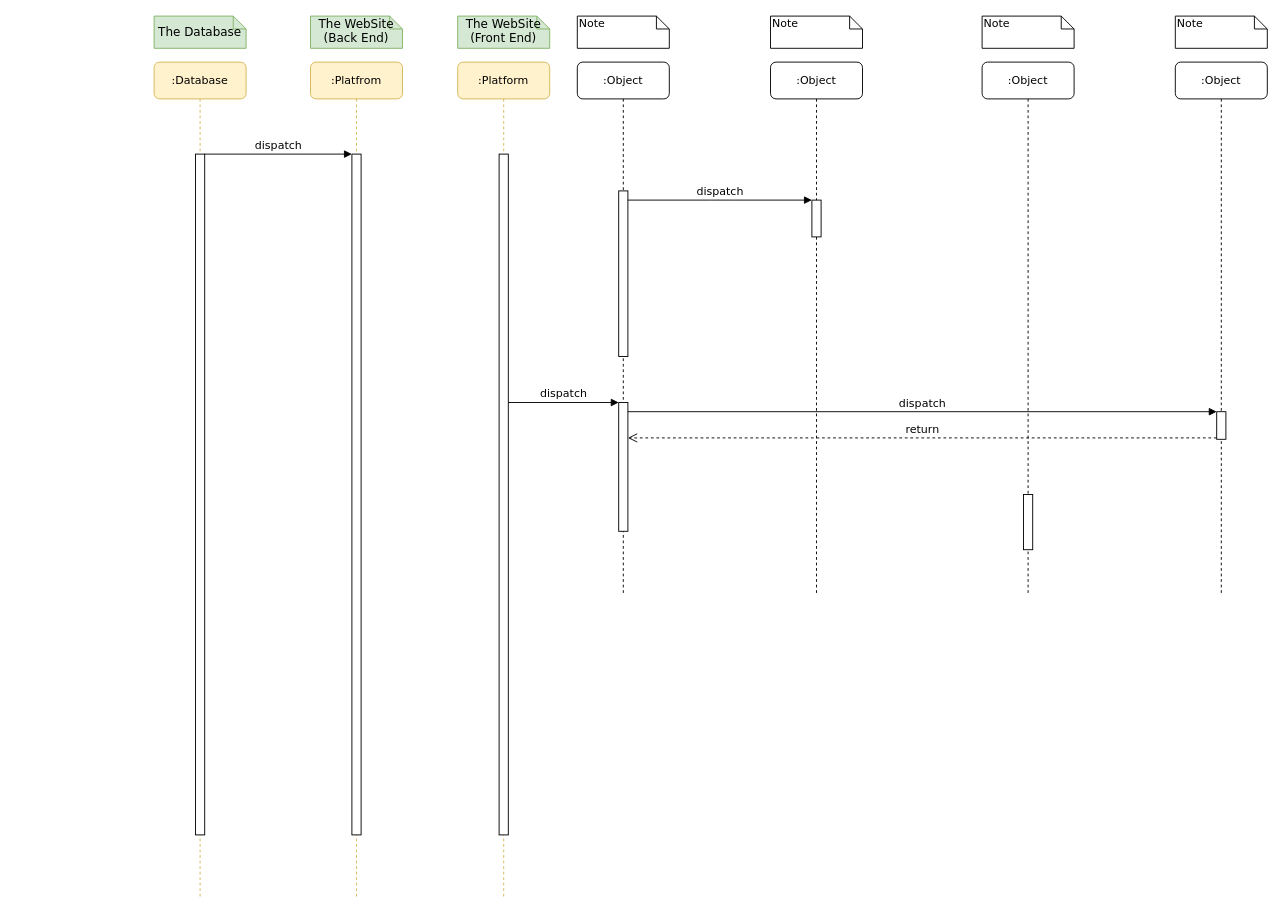
Before: Untitled Diagram.drawio in su29029/ShuiShiPin, a draw.io diagram. Source tidied: cells renumbered, new cells numbered last; positions are measured from the earlier drawing's top-left corner, leaving out a move shared by most shapes. Both pictures are drawn from the tidied source at 92%, with x=0, y=0 at pixel (154, 16).
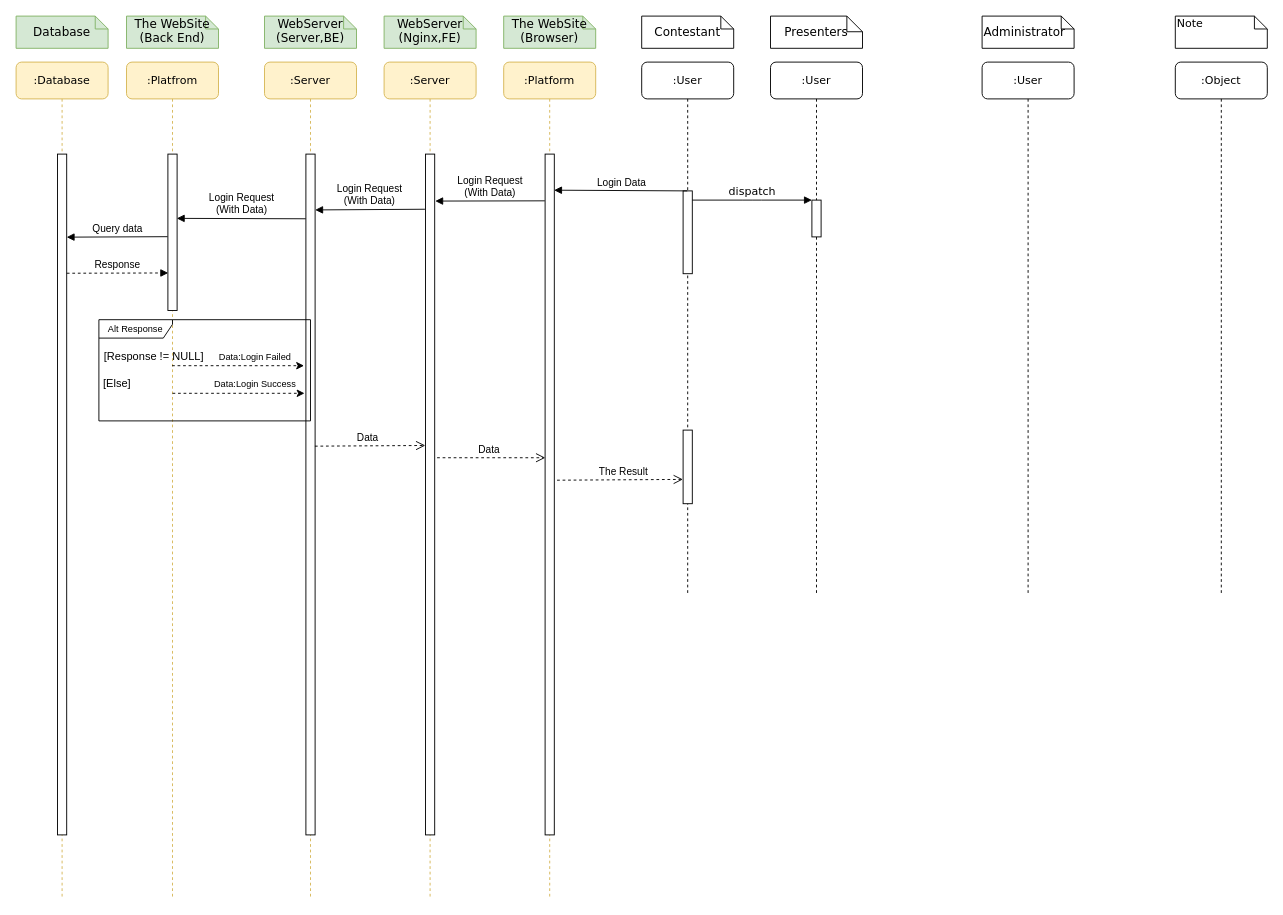
The same diagram, later.

The change refers to these unchanged cells:
```xml
<mxCell id="3" style="html=1;points=[];perimeter=orthogonalPerimeter;rounded=0;shadow=0;comic=0;labelBackgroundColor=none;strokeWidth=1;fontFamily=Verdana;fontSize=12;align=center;" parent="2" vertex="1">
  <mxGeometry x="45" y="100" width="10" height="740" as="geometry" />
</mxCell>
<mxCell id="12" value=":Object" style="shape=umlLifeline;perimeter=lifelinePerimeter;whiteSpace=wrap;html=1;rounded=1;shadow=0;comic=0;labelBackgroundColor=none;strokeWidth=1;fontFamily=Verdana;fontSize=12;align=center;" parent="1" vertex="1">
  <mxGeometry x="1110" y="50" width="100" height="580" as="geometry" />
</mxCell>
<mxCell id="15" style="html=1;points=[];perimeter=orthogonalPerimeter;rounded=0;shadow=0;comic=0;labelBackgroundColor=none;strokeWidth=1;fontFamily=Verdana;fontSize=12;align=center;" parent="14" vertex="1">
  <mxGeometry x="45" y="100" width="10" height="740" as="geometry" />
</mxCell>
```

Diff of the diagram source:
```diff
@@
     <mxCell id="2" value=":Database" style="shape=umlLifeline;perimeter=lifelinePerimeter;whiteSpace=wrap;html=1;rounded=1;shadow=0;comic=0;labelBackgroundColor=none;strokeWidth=1;fontFamily=Verdana;fontSize=12;align=center;fillColor=#fff2cc;strokeColor=#d6b656;" parent="1" vertex="1">
-      <mxGeometry y="50" width="100" height="910" as="geometry" />
+      <mxGeometry x="-150" y="50" width="100" height="910" as="geometry" />
     </mxCell>
@@
     <mxCell id="4" value=":Platfrom" style="shape=umlLifeline;perimeter=lifelinePerimeter;whiteSpace=wrap;html=1;outlineConnect=0;rounded=1;shadow=0;comic=0;labelBackgroundColor=none;strokeWidth=1;fontFamily=Verdana;fontSize=12;align=center;fillColor=#fff2cc;strokeColor=#d6b656;" parent="1" vertex="1">
-      <mxGeometry x="170" y="50" width="100" height="910" as="geometry" />
+      <mxGeometry x="-30" y="50" width="100" height="910" as="geometry" />
     </mxCell>
     <mxCell id="5" style="html=1;points=[];perimeter=orthogonalPerimeter;rounded=0;shadow=0;comic=0;labelBackgroundColor=none;strokeWidth=1;fontFamily=Verdana;fontSize=12;align=center;" parent="4" vertex="1">
-      <mxGeometry x="45" y="100" width="10" height="740" as="geometry" />
+      <mxGeometry x="45" y="100" width="10" height="170" as="geometry" />
     </mxCell>
-    <mxCell id="6" value=":Object" style="shape=umlLifeline;perimeter=lifelinePerimeter;whiteSpace=wrap;html=1;outlineConnect=0;rounded=1;shadow=0;comic=0;labelBackgroundColor=none;strokeWidth=1;fontFamily=Verdana;fontSize=12;align=center;" parent="1" vertex="1">
-      <mxGeometry x="460" y="50" width="100" height="580" as="geometry" />
+    <mxCell id="6" value=":User" style="shape=umlLifeline;perimeter=lifelinePerimeter;whiteSpace=wrap;html=1;outlineConnect=0;rounded=1;shadow=0;comic=0;labelBackgroundColor=none;strokeWidth=1;fontFamily=Verdana;fontSize=12;align=center;" parent="1" vertex="1">
+      <mxGeometry x="530" y="50" width="100" height="580" as="geometry" />
     </mxCell>
     <mxCell id="7" style="html=1;points=[];perimeter=orthogonalPerimeter;rounded=0;shadow=0;comic=0;labelBackgroundColor=none;strokeWidth=1;fontFamily=Verdana;fontSize=12;align=center;" parent="6" vertex="1">
-      <mxGeometry x="45" y="140" width="10" height="180" as="geometry" />
+      <mxGeometry x="45" y="140" width="10" height="90" as="geometry" />
     </mxCell>
+    <mxCell id="17" style="html=1;points=[];perimeter=orthogonalPerimeter;rounded=0;shadow=0;comic=0;labelBackgroundColor=none;strokeWidth=1;fontFamily=Verdana;fontSize=12;align=center;" parent="6" vertex="1">
+      <mxGeometry x="45" y="400" width="10" height="80" as="geometry" />
+    </mxCell>
-    <mxCell id="8" value=":Object" style="shape=umlLifeline;perimeter=lifelinePerimeter;whiteSpace=wrap;html=1;rounded=1;shadow=0;comic=0;labelBackgroundColor=none;strokeWidth=1;fontFamily=Verdana;fontSize=12;align=center;" parent="1" vertex="1">
+    <mxCell id="8" value=":User" style="shape=umlLifeline;perimeter=lifelinePerimeter;whiteSpace=wrap;html=1;rounded=1;shadow=0;comic=0;labelBackgroundColor=none;strokeWidth=1;fontFamily=Verdana;fontSize=12;align=center;" parent="1" vertex="1">
       <mxGeometry x="670" y="50" width="100" height="580" as="geometry" />
     </mxCell>
@@
-    <mxCell id="10" value=":Object" style="shape=umlLifeline;perimeter=lifelinePerimeter;whiteSpace=wrap;html=1;rounded=1;shadow=0;comic=0;labelBackgroundColor=none;strokeWidth=1;fontFamily=Verdana;fontSize=12;align=center;" parent="1" vertex="1">
+    <mxCell id="10" value=":User" style="shape=umlLifeline;perimeter=lifelinePerimeter;whiteSpace=wrap;html=1;rounded=1;shadow=0;comic=0;labelBackgroundColor=none;strokeWidth=1;fontFamily=Verdana;fontSize=12;align=center;" parent="1" vertex="1">
       <mxGeometry x="900" y="50" width="100" height="580" as="geometry" />
     </mxCell>
-    <mxCell id="11" style="html=1;perimeter=orthogonalPerimeter;rounded=0;shadow=0;comic=0;labelBackgroundColor=none;strokeWidth=1;fontFamily=Verdana;fontSize=12;align=center;" parent="10" vertex="1">
-      <mxGeometry x="45" y="470" width="10" height="60" as="geometry" />
-    </mxCell>
@@
-    <mxCell id="13" style="html=1;points=[];perimeter=orthogonalPerimeter;rounded=0;shadow=0;comic=0;labelBackgroundColor=none;strokeColor=#000000;strokeWidth=1;fillColor=#FFFFFF;fontFamily=Verdana;fontSize=12;fontColor=#000000;align=center;" parent="12" vertex="1">
-      <mxGeometry x="45" y="380" width="10" height="30" as="geometry" />
-    </mxCell>
     <mxCell id="14" value=":Platform" style="shape=umlLifeline;perimeter=lifelinePerimeter;whiteSpace=wrap;html=1;rounded=1;shadow=0;comic=0;labelBackgroundColor=none;strokeWidth=1;fontFamily=Verdana;fontSize=12;align=center;fillColor=#fff2cc;strokeColor=#d6b656;" parent="1" vertex="1">
-      <mxGeometry x="330" y="50" width="100" height="910" as="geometry" />
+      <mxGeometry x="380" y="50" width="100" height="910" as="geometry" />
     </mxCell>
@@
-    <mxCell id="17" style="html=1;points=[];perimeter=orthogonalPerimeter;rounded=0;shadow=0;comic=0;labelBackgroundColor=none;strokeWidth=1;fontFamily=Verdana;fontSize=12;align=center;" parent="1" vertex="1">
-      <mxGeometry x="505" y="420" width="10" height="140" as="geometry" />
-    </mxCell>
-    <mxCell id="18" value="dispatch" style="html=1;verticalAlign=bottom;endArrow=block;entryX=0;entryY=0;labelBackgroundColor=none;fontFamily=Verdana;fontSize=12;" parent="1" edge="1" source="15" target="17">
-      <mxGeometry relative="1" as="geometry" />
-    </mxCell>
-    <mxCell id="19" value="dispatch" style="html=1;verticalAlign=bottom;endArrow=block;entryX=0;entryY=0;labelBackgroundColor=none;fontFamily=Verdana;fontSize=12;" parent="1" edge="1" source="17" target="13">
-      <mxGeometry relative="1" as="geometry" />
-    </mxCell>
-    <mxCell id="20" value="return" style="html=1;verticalAlign=bottom;endArrow=open;dashed=1;endSize=8;exitX=0;exitY=0.95;labelBackgroundColor=none;fontFamily=Verdana;fontSize=12;" parent="1" edge="1" source="13" target="17">
-      <mxGeometry relative="1" as="geometry" />
-    </mxCell>
-    <mxCell id="21" value="dispatch" style="html=1;verticalAlign=bottom;endArrow=block;entryX=0;entryY=0;labelBackgroundColor=none;fontFamily=Verdana;fontSize=12;edgeStyle=elbowEdgeStyle;elbow=vertical;" parent="1" edge="1" source="3" target="5">
-      <mxGeometry relative="1" as="geometry" />
-    </mxCell>
-    <mxCell id="22" value="&lt;div&gt;&lt;span style=&quot;line-height: 120% ; font-size: 13px&quot;&gt;The WebSite&lt;/span&gt;&lt;/div&gt;&lt;div&gt;&lt;span style=&quot;line-height: 120% ; font-size: 13px&quot;&gt;(Front End)&lt;/span&gt;&lt;/div&gt;" style="shape=note;whiteSpace=wrap;html=1;size=14;verticalAlign=top;align=center;spacingTop=-6;rounded=0;shadow=0;comic=0;labelBackgroundColor=none;strokeWidth=1;fontFamily=Verdana;fontSize=12;fillColor=#d5e8d4;strokeColor=#82b366;" parent="1" vertex="1">
-      <mxGeometry x="330" width="100" height="35" as="geometry" />
+    <mxCell id="22" value="&lt;div&gt;&lt;span style=&quot;line-height: 120% ; font-size: 13px&quot;&gt;The WebSite&lt;/span&gt;&lt;/div&gt;&lt;div&gt;&lt;span style=&quot;line-height: 120% ; font-size: 13px&quot;&gt;(Browser)&lt;/span&gt;&lt;/div&gt;" style="shape=note;whiteSpace=wrap;html=1;size=14;verticalAlign=top;align=center;spacingTop=-6;rounded=0;shadow=0;comic=0;labelBackgroundColor=none;strokeWidth=1;fontFamily=Verdana;fontSize=12;fillColor=#d5e8d4;strokeColor=#82b366;" parent="1" vertex="1">
+      <mxGeometry x="380" width="100" height="35" as="geometry" />
     </mxCell>
-    <mxCell id="23" value="&lt;font style=&quot;font-size: 13px ; line-height: 260%&quot;&gt;The Database&lt;/font&gt;" style="shape=note;whiteSpace=wrap;html=1;size=14;verticalAlign=top;align=center;spacingTop=-6;rounded=0;shadow=0;comic=0;labelBackgroundColor=none;strokeWidth=1;fontFamily=Verdana;fontSize=12;fillColor=#d5e8d4;strokeColor=#82b366;" parent="1" vertex="1">
-      <mxGeometry width="100" height="35" as="geometry" />
+    <mxCell id="23" value="&lt;font style=&quot;font-size: 13px ; line-height: 260%&quot;&gt;Database&lt;/font&gt;" style="shape=note;whiteSpace=wrap;html=1;size=14;verticalAlign=top;align=center;spacingTop=-6;rounded=0;shadow=0;comic=0;labelBackgroundColor=none;strokeWidth=1;fontFamily=Verdana;fontSize=12;fillColor=#d5e8d4;strokeColor=#82b366;" parent="1" vertex="1">
+      <mxGeometry x="-150" width="100" height="35" as="geometry" />
     </mxCell>
     <mxCell id="24" value="&lt;div style=&quot;font-size: 13px&quot;&gt;&lt;span&gt;&lt;font style=&quot;font-size: 13px&quot;&gt;The WebSite&lt;/font&gt;&lt;/span&gt;&lt;/div&gt;&lt;div style=&quot;font-size: 13px&quot;&gt;&lt;span&gt;&lt;font style=&quot;font-size: 13px&quot;&gt;(Back End)&lt;/font&gt;&lt;/span&gt;&lt;/div&gt;" style="shape=note;whiteSpace=wrap;html=1;size=14;verticalAlign=top;align=center;spacingTop=-6;rounded=0;shadow=0;comic=0;labelBackgroundColor=none;strokeWidth=1;fontFamily=Verdana;fontSize=12;fillColor=#d5e8d4;strokeColor=#82b366;" parent="1" vertex="1">
-      <mxGeometry x="170" width="100" height="35" as="geometry" />
+      <mxGeometry x="-30" width="100" height="35" as="geometry" />
     </mxCell>
-    <mxCell id="25" value="Note" style="shape=note;whiteSpace=wrap;html=1;size=14;verticalAlign=top;align=left;spacingTop=-6;rounded=0;shadow=0;comic=0;labelBackgroundColor=none;strokeWidth=1;fontFamily=Verdana;fontSize=12;" parent="1" vertex="1">
-      <mxGeometry x="460" width="100" height="35" as="geometry" />
+    <mxCell id="25" value="&lt;font style=&quot;font-size: 13px ; line-height: 260%&quot;&gt;Contestant&lt;/font&gt;" style="shape=note;whiteSpace=wrap;html=1;size=14;verticalAlign=top;align=center;spacingTop=-6;rounded=0;shadow=0;comic=0;labelBackgroundColor=none;strokeWidth=1;fontFamily=Verdana;fontSize=12;" parent="1" vertex="1">
+      <mxGeometry x="530" width="100" height="35" as="geometry" />
     </mxCell>
-    <mxCell id="26" value="Note" style="shape=note;whiteSpace=wrap;html=1;size=14;verticalAlign=top;align=left;spacingTop=-6;rounded=0;shadow=0;comic=0;labelBackgroundColor=none;strokeWidth=1;fontFamily=Verdana;fontSize=12;" parent="1" vertex="1">
+    <mxCell id="26" value="&lt;font style=&quot;font-size: 13px ; line-height: 260%&quot;&gt;Presenters&lt;/font&gt;" style="shape=note;whiteSpace=wrap;html=1;size=17;verticalAlign=top;align=center;spacingTop=-6;rounded=0;shadow=0;comic=0;labelBackgroundColor=none;strokeWidth=1;fontFamily=Verdana;fontSize=12;" parent="1" vertex="1">
       <mxGeometry x="670" width="100" height="35" as="geometry" />
     </mxCell>
-    <mxCell id="27" value="Note" style="shape=note;whiteSpace=wrap;html=1;size=14;verticalAlign=top;align=left;spacingTop=-6;rounded=0;shadow=0;comic=0;labelBackgroundColor=none;strokeWidth=1;fontFamily=Verdana;fontSize=12;" parent="1" vertex="1">
+    <mxCell id="27" value="&lt;font style=&quot;font-size: 13px ; line-height: 260%&quot;&gt;Administrator&lt;/font&gt;" style="shape=note;whiteSpace=wrap;html=1;size=14;verticalAlign=top;align=left;spacingTop=-6;rounded=0;shadow=0;comic=0;labelBackgroundColor=none;strokeWidth=1;fontFamily=Verdana;fontSize=12;" parent="1" vertex="1">
       <mxGeometry x="900" width="100" height="35" as="geometry" />
     </mxCell>
@@
+    <mxCell id="29" value="&lt;div style=&quot;font-size: 13px&quot;&gt;WebServer&lt;/div&gt;&lt;div style=&quot;font-size: 13px&quot;&gt;(Nginx,FE)&lt;/div&gt;" style="shape=note;whiteSpace=wrap;html=1;size=14;verticalAlign=top;align=center;spacingTop=-6;rounded=0;shadow=0;comic=0;labelBackgroundColor=none;strokeWidth=1;fontFamily=Verdana;fontSize=12;fillColor=#d5e8d4;strokeColor=#82b366;" parent="1" vertex="1">
+      <mxGeometry x="250" width="100" height="35" as="geometry" />
+    </mxCell>
+    <mxCell id="30" value=":Server" style="shape=umlLifeline;perimeter=lifelinePerimeter;whiteSpace=wrap;html=1;rounded=1;shadow=0;comic=0;labelBackgroundColor=none;strokeWidth=1;fontFamily=Verdana;fontSize=12;align=center;fillColor=#fff2cc;strokeColor=#d6b656;" parent="1" vertex="1">
+      <mxGeometry x="250" y="50" width="100" height="910" as="geometry" />
+    </mxCell>
+    <mxCell id="31" style="html=1;points=[];perimeter=orthogonalPerimeter;rounded=0;shadow=0;comic=0;labelBackgroundColor=none;strokeWidth=1;fontFamily=Verdana;fontSize=12;align=center;" parent="30" vertex="1">
+      <mxGeometry x="45" y="100" width="10" height="740" as="geometry" />
+    </mxCell>
+    <mxCell id="32" value=":Server" style="shape=umlLifeline;perimeter=lifelinePerimeter;whiteSpace=wrap;html=1;rounded=1;shadow=0;comic=0;labelBackgroundColor=none;strokeWidth=1;fontFamily=Verdana;fontSize=12;align=center;fillColor=#fff2cc;strokeColor=#d6b656;" parent="1" vertex="1">
+      <mxGeometry x="120" y="50" width="100" height="910" as="geometry" />
+    </mxCell>
+    <mxCell id="33" style="html=1;points=[];perimeter=orthogonalPerimeter;rounded=0;shadow=0;comic=0;labelBackgroundColor=none;strokeWidth=1;fontFamily=Verdana;fontSize=12;align=center;" parent="32" vertex="1">
+      <mxGeometry x="45" y="100" width="10" height="740" as="geometry" />
+    </mxCell>
+    <mxCell id="34" value="&lt;div style=&quot;font-size: 13px&quot;&gt;WebServer&lt;/div&gt;&lt;div style=&quot;font-size: 13px&quot;&gt;(Server,BE)&lt;/div&gt;" style="shape=note;whiteSpace=wrap;html=1;size=14;verticalAlign=top;align=center;spacingTop=-6;rounded=0;shadow=0;comic=0;labelBackgroundColor=none;strokeWidth=1;fontFamily=Verdana;fontSize=12;fillColor=#d5e8d4;strokeColor=#82b366;" parent="1" vertex="1">
+      <mxGeometry x="120" width="100" height="35" as="geometry" />
+    </mxCell>
+    <mxCell id="35" value="Login Data" style="html=1;verticalAlign=bottom;endArrow=block;entryX=0.98;entryY=0.053;entryDx=0;entryDy=0;entryPerimeter=0;" parent="1" edge="1" source="6" target="15">
+      <mxGeometry relative="1" as="geometry">
+        <Array as="points">
+          <mxPoint x="580" y="190" />
+        </Array>
+      </mxGeometry>
+    </mxCell>
+    <mxCell id="36" value="Login Request&lt;br&gt;(With Data)" style="html=1;verticalAlign=bottom;endArrow=block;entryX=1.06;entryY=0.069;entryDx=0;entryDy=0;entryPerimeter=0;" parent="1" edge="1" target="31">
+      <mxGeometry relative="1" as="geometry">
+        <mxPoint x="424.7" y="200.8" as="sourcePoint" />
+      </mxGeometry>
+    </mxCell>
+    <mxCell id="37" value="Login Request&lt;br&gt;(With Data)" style="html=1;verticalAlign=bottom;endArrow=block;entryX=1.01;entryY=0.082;entryDx=0;entryDy=0;entryPerimeter=0;exitX=-0.06;exitY=0.081;exitDx=0;exitDy=0;exitPerimeter=0;" parent="1" edge="1" source="31" target="33">
+      <mxGeometry relative="1" as="geometry" />
+    </mxCell>
+    <mxCell id="38" value="Login Request&lt;br&gt;(With Data)" style="html=1;verticalAlign=bottom;endArrow=block;exitX=-0.019;exitY=0.095;exitDx=0;exitDy=0;exitPerimeter=0;entryX=0.967;entryY=0.411;entryDx=0;entryDy=0;entryPerimeter=0;" parent="1" edge="1" source="33" target="5">
+      <mxGeometry relative="1" as="geometry" />
+    </mxCell>
+    <mxCell id="39" value="Query data" style="html=1;verticalAlign=bottom;endArrow=block;entryX=0.999;entryY=0.122;entryDx=0;entryDy=0;entryPerimeter=0;exitX=-0.033;exitY=0.528;exitDx=0;exitDy=0;exitPerimeter=0;" parent="1" edge="1" source="5" target="3">
+      <mxGeometry relative="1" as="geometry" />
+    </mxCell>
+    <mxCell id="21" value="Response" style="html=1;verticalAlign=bottom;endArrow=block;exitX=1.011;exitY=0.175;exitDx=0;exitDy=0;exitPerimeter=0;entryX=0.033;entryY=0.76;entryDx=0;entryDy=0;entryPerimeter=0;dashed=1;" parent="1" edge="1" source="3" target="5">
+      <mxGeometry relative="1" as="geometry" />
+    </mxCell>
+    <mxCell id="40" value="&lt;font style=&quot;font-size: 10px&quot;&gt;Alt Response&lt;/font&gt;" style="shape=umlFrame;whiteSpace=wrap;html=1;width=80;height=20;" parent="1" vertex="1">
+      <mxGeometry x="-60" y="330" width="230" height="110" as="geometry" />
+    </mxCell>
+    <mxCell id="41" value="[Response != NULL]" style="text;html=1;strokeColor=none;fillColor=none;align=center;verticalAlign=middle;whiteSpace=wrap;rounded=0;" parent="1" vertex="1">
+      <mxGeometry x="-60" y="360" width="120" height="20" as="geometry" />
+    </mxCell>
+    <mxCell id="42" value="[Else]" style="text;html=1;strokeColor=none;fillColor=none;align=center;verticalAlign=middle;whiteSpace=wrap;rounded=0;" parent="1" vertex="1">
+      <mxGeometry x="-60" y="390" width="40" height="20" as="geometry" />
+    </mxCell>
+    <mxCell id="43" style="endArrow=classic;html=1;dashed=1;" parent="1" edge="1" source="4">
+      <mxGeometry relative="1" as="geometry">
+        <mxPoint x="163" y="380" as="targetPoint" />
+      </mxGeometry>
+    </mxCell>
+    <mxCell id="44" value="&lt;font style=&quot;font-size: 10px&quot;&gt;Data:Login Failed&lt;/font&gt;" style="text;html=1;strokeColor=none;fillColor=none;align=center;verticalAlign=middle;whiteSpace=wrap;rounded=0;" parent="1" vertex="1">
+      <mxGeometry x="60" y="360" width="100" height="20" as="geometry" />
+    </mxCell>
+    <mxCell id="45" style="endArrow=classic;html=1;dashed=1;" parent="1" edge="1">
+      <mxGeometry relative="1" as="geometry">
+        <mxPoint x="20" y="410" as="sourcePoint" />
+        <mxPoint x="163.5" y="410" as="targetPoint" />
+      </mxGeometry>
+    </mxCell>
+    <mxCell id="46" value="&lt;font style=&quot;font-size: 10px&quot;&gt;Data:Login Success&lt;/font&gt;" style="text;html=1;strokeColor=none;fillColor=none;align=center;verticalAlign=middle;whiteSpace=wrap;rounded=0;" parent="1" vertex="1">
+      <mxGeometry x="55" y="390" width="110" height="20" as="geometry" />
+    </mxCell>
+    <mxCell id="47" value="Data" style="html=1;verticalAlign=bottom;endArrow=open;dashed=1;endSize=8;exitX=0.98;exitY=0.429;exitDx=0;exitDy=0;exitPerimeter=0;entryX=-0.02;entryY=0.428;entryDx=0;entryDy=0;entryPerimeter=0;" parent="1" edge="1" source="33" target="31">
+      <mxGeometry x="-0.05" relative="1" as="geometry" />
+    </mxCell>
+    <mxCell id="48" value="Data" style="html=1;verticalAlign=bottom;endArrow=open;dashed=1;endSize=8;exitX=1.26;exitY=0.446;exitDx=0;exitDy=0;exitPerimeter=0;entryX=0.02;entryY=0.446;entryDx=0;entryDy=0;entryPerimeter=0;" parent="1" edge="1" source="31" target="15">
+      <mxGeometry x="-0.05" relative="1" as="geometry" />
+    </mxCell>
+    <mxCell id="18" value="The Result" style="html=1;verticalAlign=bottom;endArrow=open;dashed=1;endSize=8;exitX=1.3;exitY=0.479;exitDx=0;exitDy=0;exitPerimeter=0;entryX=-0.02;entryY=0.67;entryDx=0;entryDy=0;entryPerimeter=0;" parent="1" edge="1" source="15" target="17">
+      <mxGeometry x="0.05" relative="1" as="geometry" />
+    </mxCell>
```
